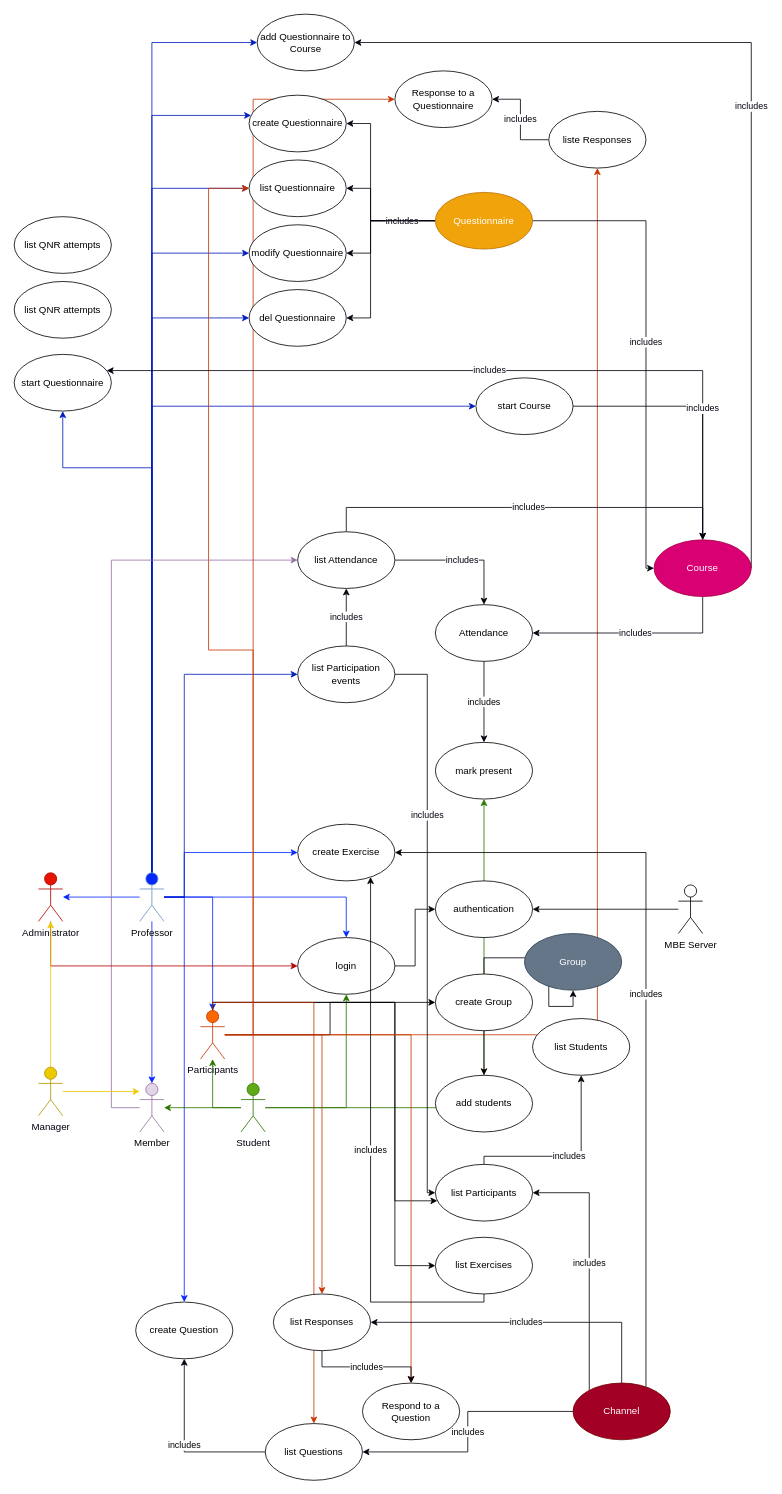
Before: docs/use-cases/diagrams/master-use-case.drawio in F-Baker/montblanc, a draw.io diagram. Source tidied: cells renumbered, new cells numbered last; positions are measured from the earlier drawing's top-left corner, leaving out a move shared by most shapes. Both pictures are drawn from the tidied source at 81%, with x=0, y=0 at pixel (14, 14).
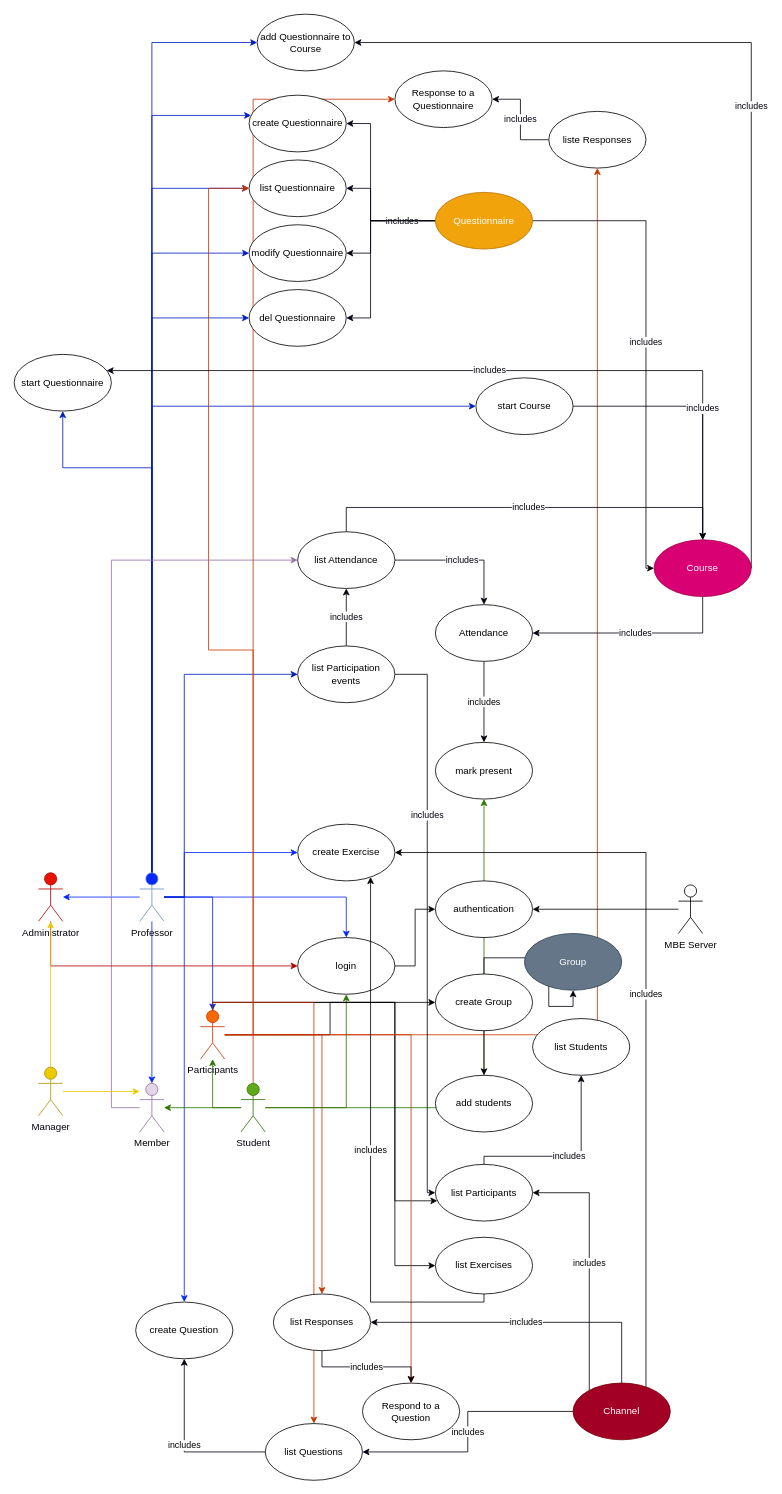
After the change.

Change to the diagram source:
```diff
@@
-    <mxCell id="96" value="list QNR attempts" style="ellipse;whiteSpace=wrap;html=1;" parent="1" vertex="1">
-      <mxGeometry y="250" width="120" height="70" as="geometry" />
-    </mxCell>
-    <mxCell id="97" value="list QNR attempts" style="ellipse;whiteSpace=wrap;html=1;" parent="1" vertex="1">
-      <mxGeometry y="330" width="120" height="70" as="geometry" />
-    </mxCell>
```
